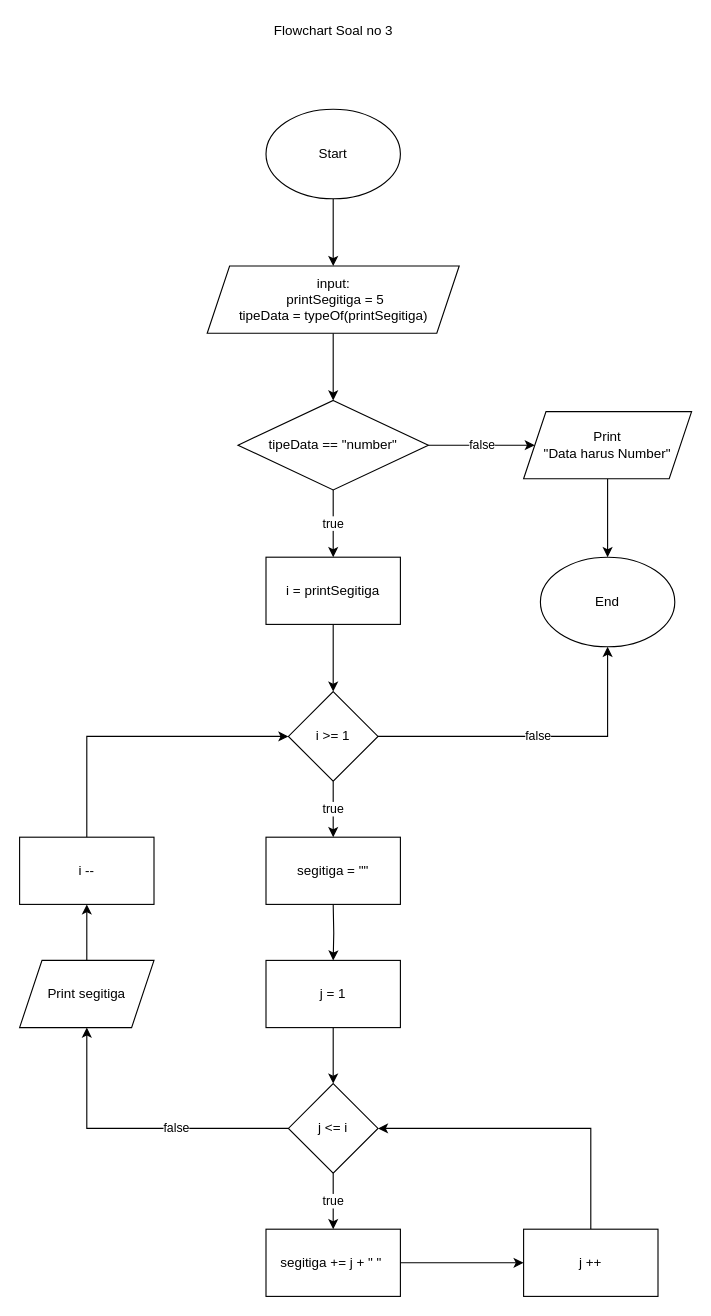
Earlier version of the draw.io diagram soal3Final.drawio (rintosaputro/fw5-additional-flowchart). Source tidied: cells renumbered, new cells numbered last; positions are measured from the earlier drawing's top-left corner, leaving out a move shared by most shapes. Both pictures are drawn from the tidied source at 112%, with x=0, y=0 at pixel (19, 19).
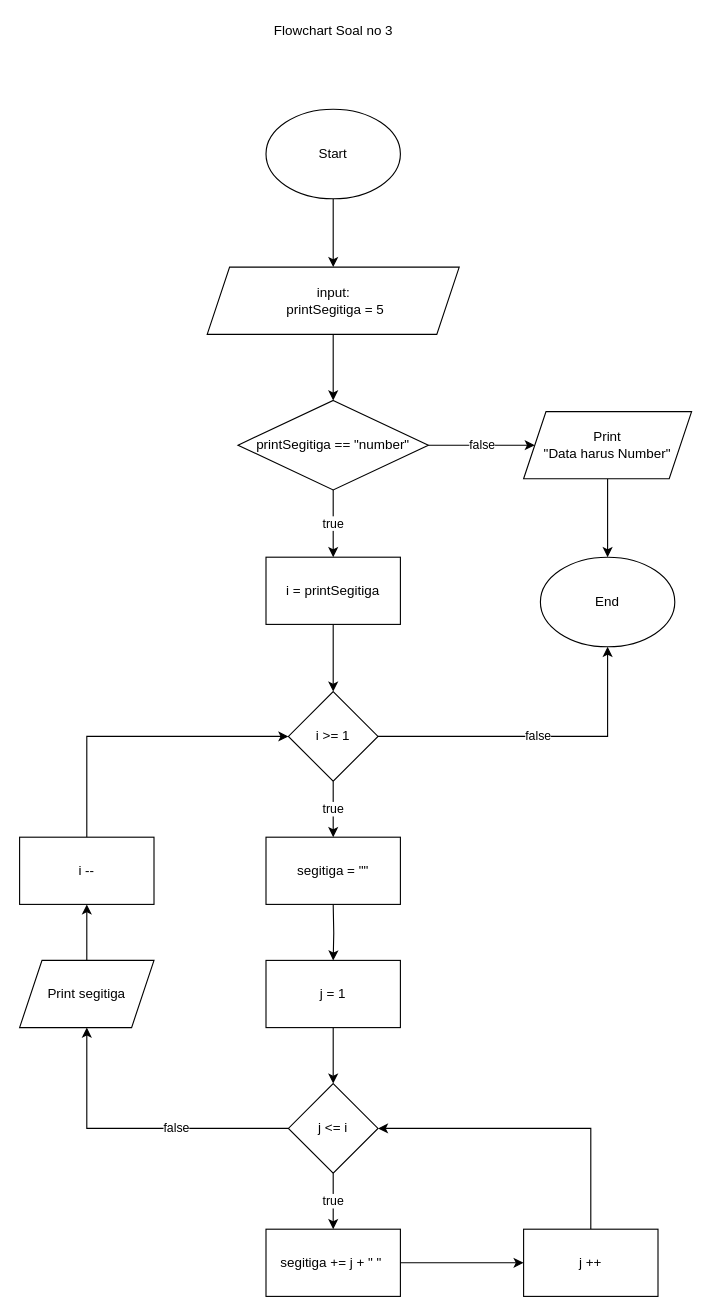
Above is the later version.

Commit message (it also covers changes not shown here):
Perbaikan flowchart

The edit, as a diff of the source:
```diff
@@
-    <mxCell id="6" value="input:&lt;br&gt;&amp;nbsp;printSegitiga = 5&lt;br&gt;tipeData = typeOf(printSegitiga)" style="shape=parallelogram;perimeter=parallelogramPerimeter;whiteSpace=wrap;html=1;fixedSize=1;" parent="1" vertex="1">
-      <mxGeometry x="167.5" y="220" width="225" height="60" as="geometry" />
+    <mxCell id="6" value="input:&lt;br&gt;&amp;nbsp;printSegitiga = 5" style="shape=parallelogram;perimeter=parallelogramPerimeter;whiteSpace=wrap;html=1;fixedSize=1;" parent="1" vertex="1">
+      <mxGeometry x="167.5" y="221" width="225" height="60" as="geometry" />
     </mxCell>
@@
-    <mxCell id="9" value="tipeData == &quot;number&quot;" style="rhombus;whiteSpace=wrap;html=1;" parent="1" vertex="1">
+    <mxCell id="9" value="printSegitiga == &quot;number&quot;" style="rhombus;whiteSpace=wrap;html=1;" parent="1" vertex="1">
       <mxGeometry x="195" y="340" width="170" height="80" as="geometry" />
     </mxCell>
```
